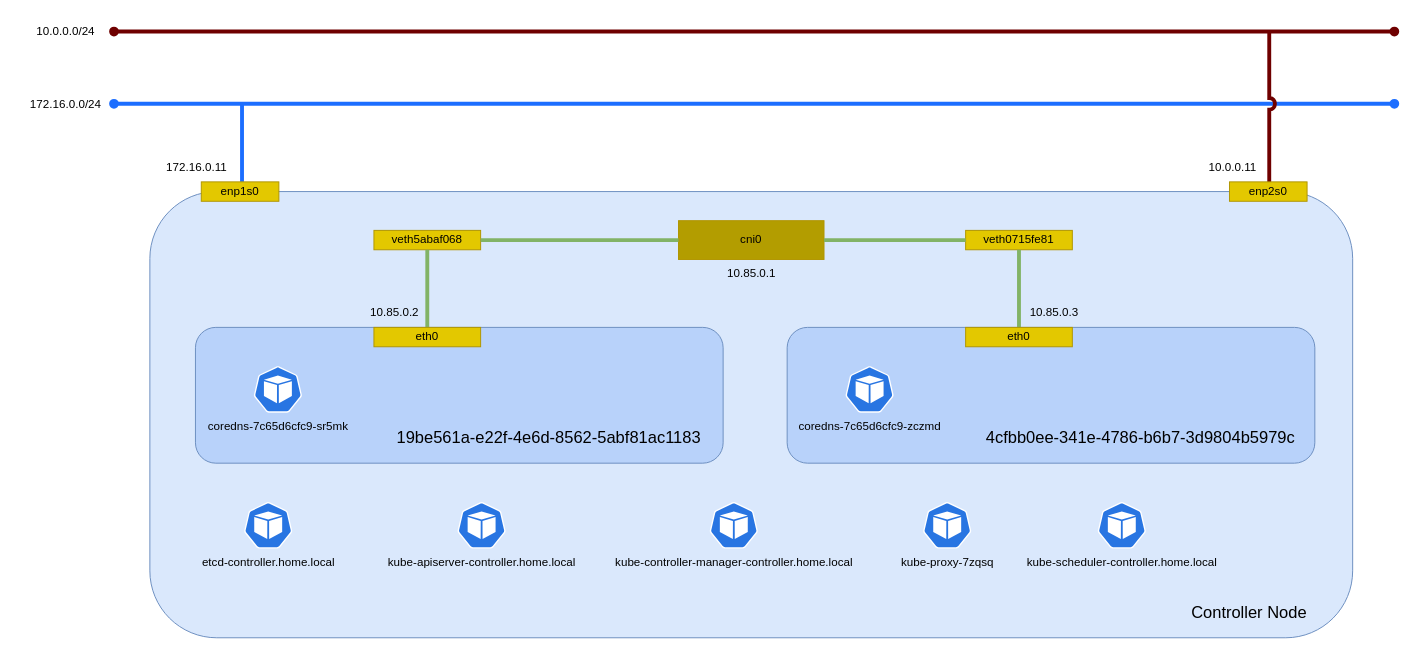
The draw.io diagram _static/image/controller_cluster.drawio in 9506hqwy/k8s_study_notes, before the edit. Source tidied: cells renumbered, new cells numbered last; positions are measured from the earlier drawing's top-left corner, leaving out a move shared by most shapes. Both pictures are drawn from the tidied source at 97%, with x=0, y=0 at pixel (16, 16).
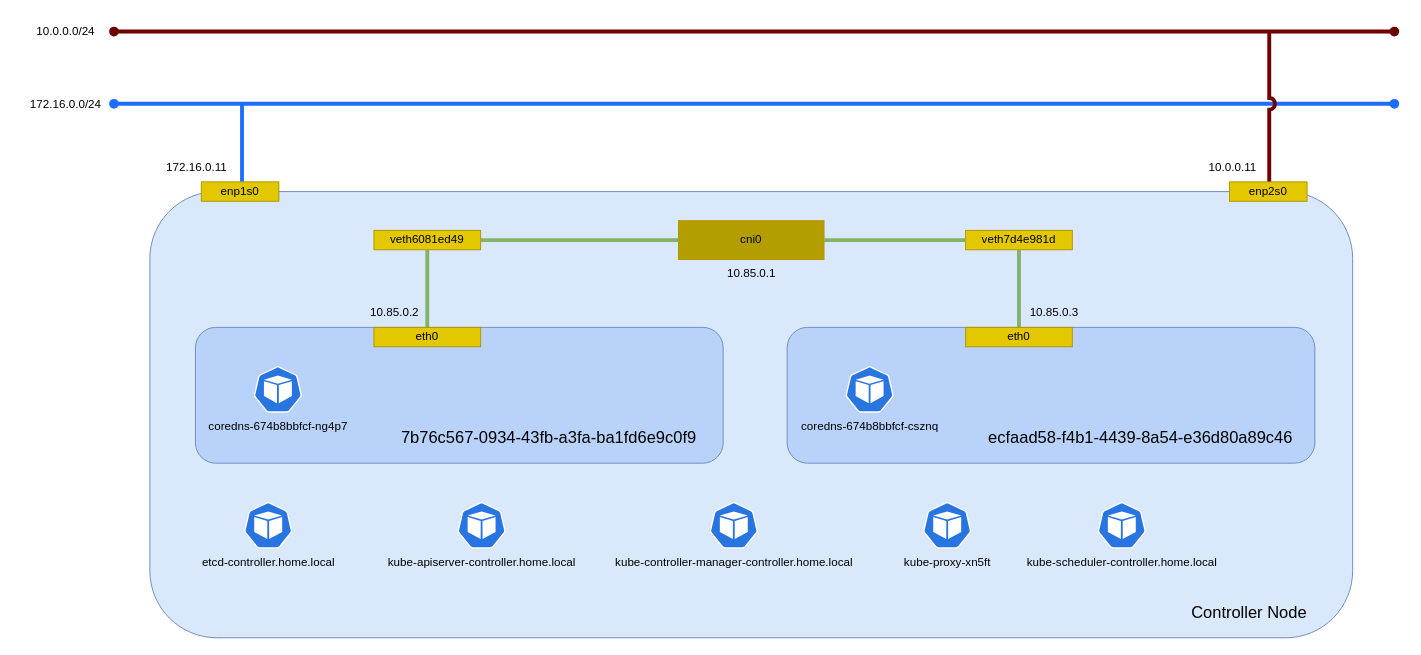
The same page after the edit.

Change to the diagram source:
```diff
@@
-    <mxCell id="16" value="veth5abaf068" style="rounded=0;whiteSpace=wrap;html=1;fillColor=#e3c800;fontColor=#000000;strokeColor=#B09500;" parent="8" vertex="1">
+    <mxCell id="16" value="veth6081ed49" style="rounded=0;whiteSpace=wrap;html=1;fillColor=#e3c800;fontColor=#000000;strokeColor=#B09500;" parent="8" vertex="1">
       <mxGeometry x="368" y="220" width="110" height="20" as="geometry" />
     </mxCell>
-    <mxCell id="17" value="veth0715fe81" style="rounded=0;whiteSpace=wrap;html=1;fillColor=#e3c800;fontColor=#000000;strokeColor=#B09500;" parent="8" vertex="1">
+    <mxCell id="17" value="veth7d4e981d" style="rounded=0;whiteSpace=wrap;html=1;fillColor=#e3c800;fontColor=#000000;strokeColor=#B09500;" parent="8" vertex="1">
       <mxGeometry x="978" y="220" width="110" height="20" as="geometry" />
     </mxCell>
@@
-    <mxCell id="25" value="&lt;font style=&quot;font-size: 17px;&quot;&gt;19be561a-e22f-4e6d-8562-5abf81ac1183&lt;/font&gt;" style="text;html=1;align=center;verticalAlign=middle;strokeColor=none;fillColor=none;" parent="23" vertex="1">
-      <mxGeometry x="378" y="420" width="340" height="30" as="geometry" />
+    <mxCell id="25" value="&lt;font style=&quot;font-size: 17px;&quot;&gt;7b76c567-0934-43fb-a3fa-ba1fd6e9c0f9&lt;/font&gt;" style="text;html=1;align=center;verticalAlign=middle;strokeColor=none;fillColor=none;" parent="23" vertex="1">
+      <mxGeometry x="383" y="420" width="330" height="30" as="geometry" />
     </mxCell>
@@
-    <mxCell id="29" value="&lt;font style=&quot;font-size: 17px;&quot;&gt;4cfbb0ee-341e-4786-b6b7-3d9804b5979c&lt;/font&gt;" style="text;html=1;align=center;verticalAlign=middle;strokeColor=none;fillColor=none;" parent="23" vertex="1">
+    <mxCell id="29" value="&lt;font style=&quot;font-size: 17px;&quot;&gt;ecfaad58-f4b1-4439-8a54-e36d80a89c46&lt;/font&gt;" style="text;html=1;align=center;verticalAlign=middle;strokeColor=none;fillColor=none;" parent="23" vertex="1">
       <mxGeometry x="988" y="420" width="340" height="30" as="geometry" />
     </mxCell>
@@
-    <mxCell id="33" value="kube-apiserver-controller.home.local " style="sketch=0;html=1;dashed=0;whitespace=wrap;verticalLabelPosition=bottom;verticalAlign=top;fillColor=#2875E2;strokeColor=#ffffff;shape=mxgraph.kubernetes.icon2;prIcon=pod;" parent="32" vertex="1">
+    <mxCell id="33" value="kube-apiserver-controller.home.local" style="sketch=0;html=1;dashed=0;whitespace=wrap;verticalLabelPosition=bottom;verticalAlign=top;fillColor=#2875E2;strokeColor=#ffffff;shape=mxgraph.kubernetes.icon2;prIcon=pod;" parent="32" vertex="1">
       <mxGeometry x="454" y="500" width="50" height="48" as="geometry" />
     </mxCell>
-    <mxCell id="34" value="coredns-7c65d6cfc9-sr5mk" style="sketch=0;html=1;dashed=0;whitespace=wrap;verticalLabelPosition=bottom;verticalAlign=top;fillColor=#2875E2;strokeColor=#ffffff;shape=mxgraph.kubernetes.icon2;prIcon=pod;" parent="32" vertex="1">
+    <mxCell id="34" value="coredns-674b8bbfcf-ng4p7" style="sketch=0;html=1;dashed=0;whitespace=wrap;verticalLabelPosition=bottom;verticalAlign=top;fillColor=#2875E2;strokeColor=#ffffff;shape=mxgraph.kubernetes.icon2;prIcon=pod;" parent="32" vertex="1">
       <mxGeometry x="244" y="360" width="50" height="48" as="geometry" />
     </mxCell>
-    <mxCell id="35" value="coredns-7c65d6cfc9-zczmd" style="sketch=0;html=1;dashed=0;whitespace=wrap;verticalLabelPosition=bottom;verticalAlign=top;fillColor=#2875E2;strokeColor=#ffffff;shape=mxgraph.kubernetes.icon2;prIcon=pod;" parent="32" vertex="1">
+    <mxCell id="35" value="coredns-674b8bbfcf-csznq" style="sketch=0;html=1;dashed=0;whitespace=wrap;verticalLabelPosition=bottom;verticalAlign=top;fillColor=#2875E2;strokeColor=#ffffff;shape=mxgraph.kubernetes.icon2;prIcon=pod;" parent="32" vertex="1">
       <mxGeometry x="854" y="360" width="50" height="48" as="geometry" />
     </mxCell>
@@
-    <mxCell id="38" value="kube-proxy-7zqsq" style="sketch=0;html=1;dashed=0;whitespace=wrap;verticalLabelPosition=bottom;verticalAlign=top;fillColor=#2875E2;strokeColor=#ffffff;shape=mxgraph.kubernetes.icon2;prIcon=pod;" parent="32" vertex="1">
+    <mxCell id="38" value="kube-proxy-xn5ft" style="sketch=0;html=1;dashed=0;whitespace=wrap;verticalLabelPosition=bottom;verticalAlign=top;fillColor=#2875E2;strokeColor=#ffffff;shape=mxgraph.kubernetes.icon2;prIcon=pod;" parent="32" vertex="1">
       <mxGeometry x="934" y="500" width="50" height="48" as="geometry" />
     </mxCell>
```
